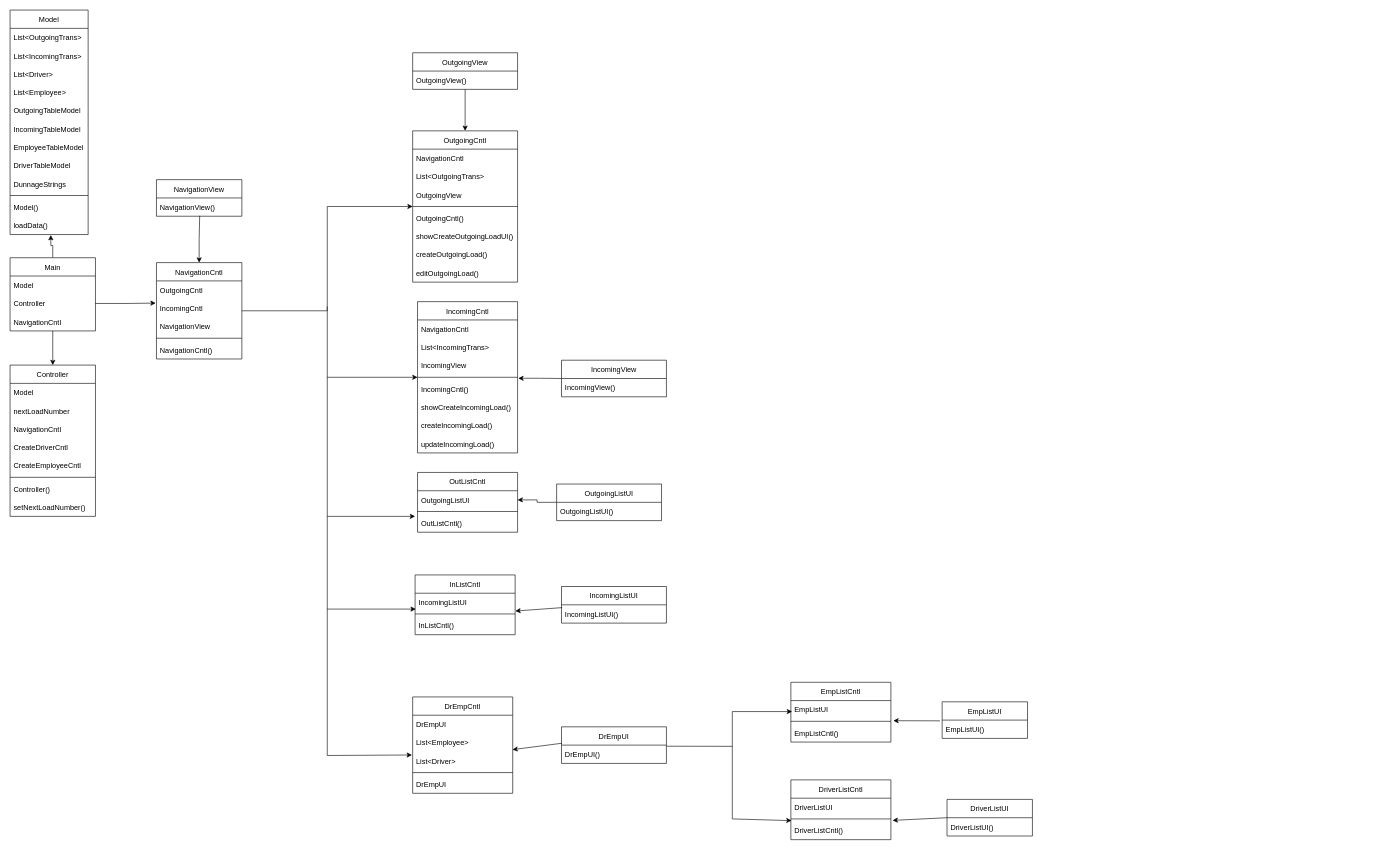
Above: LogisticsClassDiagram.drawio in zjhozella/LogisticsApplication2 (draw.io), before the change. Source tidied: cells renumbered, new cells numbered last; positions are measured from the earlier drawing's top-left corner, leaving out a move shared by most shapes. Both pictures are drawn from the tidied source at 61%, with x=0, y=0 at pixel (10, 10).
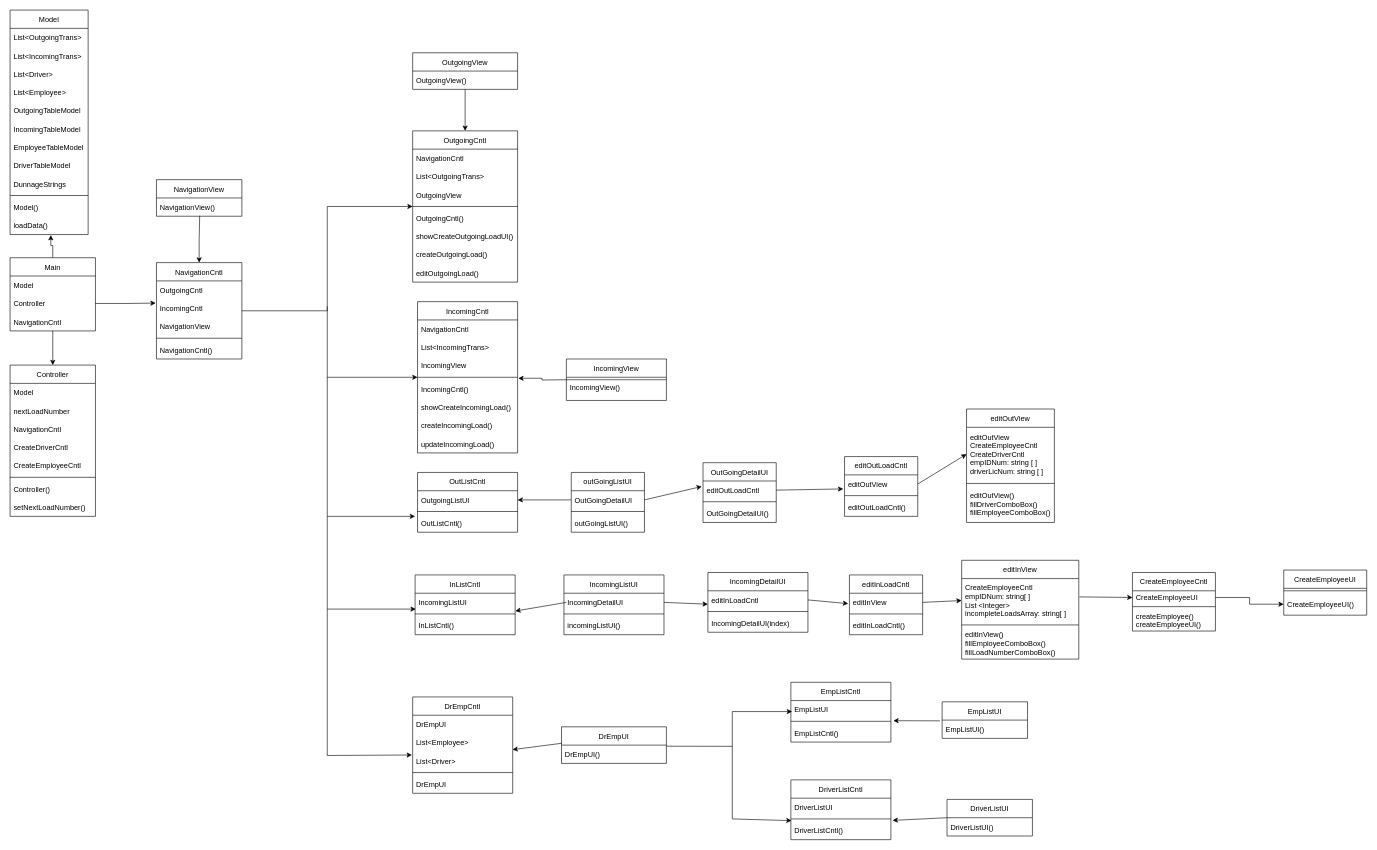
Above is the later version.

The change refers to these unchanged cells:
```xml
<mxCell id="59" value="IncomingCntl()" style="text;strokeColor=none;fillColor=none;align=left;verticalAlign=middle;spacingLeft=4;spacingRight=4;overflow=hidden;points=[[0,0.5],[1,0.5]];portConstraint=eastwest;" parent="54" vertex="1">
  <mxGeometry y="128" width="164" height="30" as="geometry" />
</mxCell>
<mxCell id="69" value="OutgoingListUI" style="text;strokeColor=none;fillColor=none;align=left;verticalAlign=middle;spacingLeft=4;spacingRight=4;overflow=hidden;points=[[0,0.5],[1,0.5]];portConstraint=eastwest;" parent="68" vertex="1">
  <mxGeometry y="30" width="164" height="30" as="geometry" />
</mxCell>
<mxCell id="76" value="IncomingListUI" style="text;strokeColor=none;fillColor=none;align=left;verticalAlign=middle;spacingLeft=4;spacingRight=4;overflow=hidden;points=[[0,0.5],[1,0.5]];portConstraint=eastwest;" parent="75" vertex="1">
  <mxGeometry y="30" width="164" height="30" as="geometry" />
</mxCell>
```

Diff of the diagram source:
```diff
@@
-    <mxCell id="64" value="IncomingView" style="swimlane;fontStyle=0;horizontal=1;startSize=30;" parent="1" vertex="1">
-      <mxGeometry x="904" y="574" width="172" height="60" as="geometry" />
-    </mxCell>
-    <mxCell id="65" value="IncomingView()" style="text;strokeColor=none;fillColor=none;align=left;verticalAlign=middle;spacingLeft=4;spacingRight=4;overflow=hidden;" parent="64" vertex="1">
-      <mxGeometry y="30" width="172" height="30" as="geometry" />
-    </mxCell>
-    <mxCell id="66" style="edgeStyle=orthogonalEdgeStyle;rounded=0;jettySize=auto;html=1;startArrow=classic;startFill=1;endArrow=none;endFill=0;exitX=1.007;exitY=-0.08;exitDx=0;exitDy=0;exitPerimeter=0;" parent="1" edge="1" source="59" target="64">
-      <mxGeometry relative="1" as="geometry" />
+    <mxCell id="66" style="edgeStyle=orthogonalEdgeStyle;rounded=0;jettySize=auto;html=1;startArrow=classic;startFill=1;endArrow=none;endFill=0;exitX=1.007;exitY=-0.08;exitDx=0;exitDy=0;exitPerimeter=0;" parent="1" edge="1" source="59">
+      <mxGeometry relative="1" as="geometry">
+        <mxPoint x="912" y="606" as="targetPoint" />
+      </mxGeometry>
     </mxCell>
@@
-    <mxCell id="72" value="OutgoingListUI" style="swimlane;fontStyle=0;horizontal=1;startSize=30;" parent="1" vertex="1">
-      <mxGeometry x="896" y="777" width="172" height="60" as="geometry" />
-    </mxCell>
-    <mxCell id="73" value="OutgoingListUI()" style="text;strokeColor=none;fillColor=none;align=left;verticalAlign=middle;spacingLeft=4;spacingRight=4;overflow=hidden;" parent="72" vertex="1">
-      <mxGeometry y="30" width="172" height="30" as="geometry" />
-    </mxCell>
-    <mxCell id="74" style="edgeStyle=orthogonalEdgeStyle;rounded=0;jettySize=auto;html=1;startArrow=classic;startFill=1;endArrow=none;endFill=0;exitX=1;exitY=0.5;exitDx=0;exitDy=0;" parent="1" edge="1" source="69" target="72">
+    <mxCell id="74" style="edgeStyle=orthogonalEdgeStyle;rounded=0;jettySize=auto;html=1;startArrow=classic;startFill=1;endArrow=none;endFill=0;exitX=1;exitY=0.5;exitDx=0;exitDy=0;entryX=0;entryY=0.5;entryDx=0;entryDy=0;" parent="1" edge="1" source="69" target="140">
       <mxGeometry relative="1" as="geometry" />
     </mxCell>
@@
-    <mxCell id="79" value="IncomingListUI" style="swimlane;fontStyle=0;horizontal=1;startSize=30;" parent="1" vertex="1">
-      <mxGeometry x="904" y="945" width="172" height="60" as="geometry" />
-    </mxCell>
-    <mxCell id="80" value="IncomingListUI()" style="text;strokeColor=none;fillColor=none;align=left;verticalAlign=middle;spacingLeft=4;spacingRight=4;overflow=hidden;points=[[0,0.5],[1,0.5]];portConstraint=eastwest;" parent="79" vertex="1">
-      <mxGeometry y="30" width="172" height="30" as="geometry" />
-    </mxCell>
@@
-    <mxCell id="91" style="endArrow=classic;html=1;rounded=0;exitX=0.007;exitY=0.153;exitDx=0;exitDy=0;exitPerimeter=0;entryX=1.002;entryY=0.973;entryDx=0;entryDy=0;entryPerimeter=0;" parent="1" edge="1" source="80" target="76">
+    <mxCell id="91" style="endArrow=classic;html=1;rounded=0;exitX=0.024;exitY=0.5;exitDx=0;exitDy=0;exitPerimeter=0;entryX=1.002;entryY=0.973;entryDx=0;entryDy=0;entryPerimeter=0;" parent="1" edge="1" source="136" target="76">
       <mxGeometry relative="1" as="geometry" />
     </mxCell>
@@
+    <mxCell id="111" style="endArrow=classic;html=1;rounded=0;exitX=1;exitY=0.5;exitDx=0;exitDy=0;entryX=0;entryY=0.733;entryDx=0;entryDy=0;entryPerimeter=0;" parent="1" edge="1" source="136" target="113">
+      <mxGeometry relative="1" as="geometry" />
+    </mxCell>
+    <mxCell id="112" value="IncomingDetailUI" style="swimlane;fontStyle=0;horizontal=1;startSize=30;" parent="1" vertex="1">
+      <mxGeometry x="1144" y="922" width="164" height="98" as="geometry" />
+    </mxCell>
+    <mxCell id="113" value="editInLoadCntl" style="text;strokeColor=none;fillColor=none;align=left;verticalAlign=middle;spacingLeft=4;spacingRight=4;overflow=hidden;points=[[0,0.5],[1,0.5]];portConstraint=eastwest;" parent="112" vertex="1">
+      <mxGeometry y="30" width="164" height="30" as="geometry" />
+    </mxCell>
+    <mxCell id="114" style="line;strokeWidth=1;fillColor=none;align=left;verticalAlign=middle;spacingTop=-1;spacingLeft=3;spacingRight=3;labelPosition=right;" parent="112" vertex="1">
+      <mxGeometry y="60" width="164" height="8" as="geometry" />
+    </mxCell>
+    <mxCell id="115" value="IncomingDetailUI(index)" style="text;strokeColor=none;fillColor=none;align=left;verticalAlign=middle;spacingLeft=4;spacingRight=4;overflow=hidden;" parent="112" vertex="1">
+      <mxGeometry y="68" width="164" height="30" as="geometry" />
+    </mxCell>
+    <mxCell id="116" style="endArrow=classic;html=1;rounded=0;exitX=1;exitY=0.5;exitDx=0;exitDy=0;entryX=0;entryY=0.5;entryDx=0;entryDy=0;" parent="1" edge="1" source="119" target="123">
+      <mxGeometry relative="1" as="geometry" />
+    </mxCell>
+    <mxCell id="117" style="endArrow=classic;html=1;rounded=0;exitX=1;exitY=0.5;exitDx=0;exitDy=0;entryX=-0.012;entryY=0.233;entryDx=0;entryDy=0;entryPerimeter=0;" parent="1" edge="1" source="113">
+      <mxGeometry relative="1" as="geometry">
+        <mxPoint x="1374" y="973.1" as="targetPoint" />
+      </mxGeometry>
+    </mxCell>
+    <mxCell id="118" value="editInLoadCntl" style="swimlane;fontStyle=0;horizontal=1;startSize=30;" parent="1" vertex="1">
+      <mxGeometry x="1376" y="926" width="120" height="98" as="geometry" />
+    </mxCell>
+    <mxCell id="119" value="editInView" style="text;strokeColor=none;fillColor=none;align=left;verticalAlign=middle;spacingLeft=4;spacingRight=4;overflow=hidden;points=[[0,0.5],[1,0.5]];portConstraint=eastwest;" parent="118" vertex="1">
+      <mxGeometry y="30" width="120" height="30" as="geometry" />
+    </mxCell>
+    <mxCell id="120" style="line;strokeWidth=1;fillColor=none;align=left;verticalAlign=middle;spacingTop=-1;spacingLeft=3;spacingRight=3;labelPosition=right;" parent="118" vertex="1">
+      <mxGeometry y="60" width="120" height="8" as="geometry" />
+    </mxCell>
+    <mxCell id="121" value="editInLoadCntl()" style="text;strokeColor=none;fillColor=none;align=left;verticalAlign=middle;spacingLeft=4;spacingRight=4;overflow=hidden;" parent="118" vertex="1">
+      <mxGeometry y="68" width="120" height="30" as="geometry" />
+    </mxCell>
+    <mxCell id="122" value="editInView" style="swimlane;fontStyle=0;horizontal=1;startSize=30;" parent="1" vertex="1">
+      <mxGeometry x="1560" y="902" width="192" height="162" as="geometry" />
+    </mxCell>
+    <mxCell id="123" value="CreateEmployeeCntl&#10;empIDNum: string[ ]&#10;List &lt;Integer&gt;&#10;incompleteLoadsArray: string[ ]" style="text;strokeColor=none;fillColor=none;align=left;verticalAlign=middle;spacingLeft=4;spacingRight=4;overflow=hidden;points=[[0,0.5],[1,0.5]];portConstraint=eastwest;" parent="122" vertex="1">
+      <mxGeometry y="30" width="192" height="72" as="geometry" />
+    </mxCell>
+    <mxCell id="124" style="line;strokeWidth=1;fillColor=none;align=left;verticalAlign=middle;spacingTop=-1;spacingLeft=3;spacingRight=3;labelPosition=right;" parent="122" vertex="1">
+      <mxGeometry y="102" width="192" height="8" as="geometry" />
+    </mxCell>
+    <mxCell id="125" value="editInView()&#10;fillEmployeeComboBox()&#10;fillLoadNumberComboBox()" style="text;strokeColor=none;fillColor=none;align=left;verticalAlign=middle;spacingLeft=4;spacingRight=4;overflow=hidden;" parent="122" vertex="1">
+      <mxGeometry y="110" width="192" height="52" as="geometry" />
+    </mxCell>
+    <mxCell id="126" value="CreateEmployeeCntl" style="swimlane;fontStyle=0;horizontal=1;startSize=30;" parent="1" vertex="1">
+      <mxGeometry x="1840" y="922" width="136" height="96" as="geometry" />
+    </mxCell>
+    <mxCell id="127" value="CreateEmployeeUI" style="text;strokeColor=none;fillColor=none;align=left;verticalAlign=middle;spacingLeft=4;spacingRight=4;overflow=hidden;points=[[0,0.5],[1,0.5]];portConstraint=eastwest;" parent="126" vertex="1">
+      <mxGeometry y="30" width="136" height="22" as="geometry" />
+    </mxCell>
+    <mxCell id="128" style="line;strokeWidth=1;fillColor=none;align=left;verticalAlign=middle;spacingTop=-1;spacingLeft=3;spacingRight=3;labelPosition=right;" parent="126" vertex="1">
+      <mxGeometry y="52" width="136" height="8" as="geometry" />
+    </mxCell>
+    <mxCell id="129" value="createEmployee()&#10;createEmployeeUI()" style="text;strokeColor=none;fillColor=none;align=left;verticalAlign=middle;spacingLeft=4;spacingRight=4;overflow=hidden;" parent="126" vertex="1">
+      <mxGeometry y="60" width="136" height="36" as="geometry" />
+    </mxCell>
+    <mxCell id="130" style="endArrow=classic;html=1;rounded=0;exitX=1.005;exitY=0.417;exitDx=0;exitDy=0;entryX=0;entryY=0.5;entryDx=0;entryDy=0;exitPerimeter=0;" parent="1" edge="1" source="123" target="127">
+      <mxGeometry relative="1" as="geometry" />
+    </mxCell>
+    <mxCell id="131" value="CreateEmployeeUI" style="swimlane;fontStyle=0;horizontal=1;startSize=30;" parent="1" vertex="1">
+      <mxGeometry x="2088" y="918" width="136" height="74" as="geometry" />
+    </mxCell>
+    <mxCell id="132" style="line;strokeWidth=1;fillColor=none;align=left;verticalAlign=middle;spacingTop=-1;spacingLeft=3;spacingRight=3;labelPosition=right;" parent="131" vertex="1">
+      <mxGeometry y="30" width="136" height="8" as="geometry" />
+    </mxCell>
+    <mxCell id="133" value="CreateEmployeeUI()" style="text;strokeColor=none;fillColor=none;align=left;verticalAlign=middle;spacingLeft=4;spacingRight=4;overflow=hidden;points=[[0,0.5],[1,0.5]];portConstraint=eastwest;" parent="131" vertex="1">
+      <mxGeometry y="38" width="136" height="36" as="geometry" />
+    </mxCell>
+    <mxCell id="134" style="edgeStyle=orthogonalEdgeStyle;rounded=0;jettySize=auto;html=1;exitX=1;exitY=0.5;exitDx=0;exitDy=0;" parent="1" edge="1" source="127" target="133">
+      <mxGeometry relative="1" as="geometry" />
+    </mxCell>
+    <mxCell id="64" value="IncomingView" style="swimlane;fontStyle=0;horizontal=1;startSize=30;" parent="1" vertex="1">
+      <mxGeometry x="912" y="572" width="164" height="68" as="geometry" />
+    </mxCell>
+    <mxCell id="135" style="line;strokeWidth=1;fillColor=none;align=left;verticalAlign=middle;spacingTop=-1;spacingLeft=3;spacingRight=3;labelPosition=right;" parent="64" vertex="1">
+      <mxGeometry y="30" width="164" height="8" as="geometry" />
+    </mxCell>
+    <mxCell id="65" value="IncomingView()&#10;" style="text;strokeColor=none;fillColor=none;align=left;verticalAlign=middle;spacingLeft=4;spacingRight=4;overflow=hidden;" parent="64" vertex="1">
+      <mxGeometry y="38" width="164" height="30" as="geometry" />
+    </mxCell>
+    <mxCell id="79" value="IncomingListUI" style="swimlane;fontStyle=0;horizontal=1;startSize=30;" parent="1" vertex="1">
+      <mxGeometry x="908" y="926" width="164" height="98" as="geometry" />
+    </mxCell>
+    <mxCell id="136" value="IncomingDetailUI" style="text;strokeColor=none;fillColor=none;align=left;verticalAlign=middle;spacingLeft=4;spacingRight=4;overflow=hidden;points=[[0,0.5],[1,0.5]];portConstraint=eastwest;" parent="79" vertex="1">
+      <mxGeometry y="30" width="164" height="30" as="geometry" />
+    </mxCell>
+    <mxCell id="137" style="line;strokeWidth=1;fillColor=none;align=left;verticalAlign=middle;spacingTop=-1;spacingLeft=3;spacingRight=3;labelPosition=right;" parent="79" vertex="1">
+      <mxGeometry y="60" width="164" height="8" as="geometry" />
+    </mxCell>
+    <mxCell id="138" value="incomingListUI()" style="text;strokeColor=none;fillColor=none;align=left;verticalAlign=middle;spacingLeft=4;spacingRight=4;overflow=hidden;" parent="79" vertex="1">
+      <mxGeometry y="68" width="164" height="30" as="geometry" />
+    </mxCell>
+    <mxCell id="139" value="outGoingListUI" style="swimlane;fontStyle=0;horizontal=1;startSize=30;" parent="1" vertex="1">
+      <mxGeometry x="920" y="758" width="120" height="98" as="geometry" />
+    </mxCell>
+    <mxCell id="140" value="OutGoingDetailUI" style="text;strokeColor=none;fillColor=none;align=left;verticalAlign=middle;spacingLeft=4;spacingRight=4;overflow=hidden;points=[[0,0.5],[1,0.5]];portConstraint=eastwest;" parent="139" vertex="1">
+      <mxGeometry y="30" width="120" height="30" as="geometry" />
+    </mxCell>
+    <mxCell id="141" style="line;strokeWidth=1;fillColor=none;align=left;verticalAlign=middle;spacingTop=-1;spacingLeft=3;spacingRight=3;labelPosition=right;" parent="139" vertex="1">
+      <mxGeometry y="60" width="120" height="8" as="geometry" />
+    </mxCell>
+    <mxCell id="142" value="outGoingListUI()" style="text;strokeColor=none;fillColor=none;align=left;verticalAlign=middle;spacingLeft=4;spacingRight=4;overflow=hidden;" parent="139" vertex="1">
+      <mxGeometry y="68" width="120" height="30" as="geometry" />
+    </mxCell>
+    <mxCell id="143" value="OutGoingDetailUI" style="swimlane;fontStyle=0;horizontal=1;startSize=30;" parent="1" vertex="1">
+      <mxGeometry x="1136" y="742" width="120" height="98" as="geometry" />
+    </mxCell>
+    <mxCell id="144" value="editOutLoadCntl" style="text;strokeColor=none;fillColor=none;align=left;verticalAlign=middle;spacingLeft=4;spacingRight=4;overflow=hidden;points=[[0,0.5],[1,0.5]];portConstraint=eastwest;" parent="143" vertex="1">
+      <mxGeometry y="30" width="120" height="30" as="geometry" />
+    </mxCell>
+    <mxCell id="145" style="line;strokeWidth=1;fillColor=none;align=left;verticalAlign=middle;spacingTop=-1;spacingLeft=3;spacingRight=3;labelPosition=right;" parent="143" vertex="1">
+      <mxGeometry y="60" width="120" height="8" as="geometry" />
+    </mxCell>
+    <mxCell id="146" value="OutGoingDetailUI()" style="text;strokeColor=none;fillColor=none;align=left;verticalAlign=middle;spacingLeft=4;spacingRight=4;overflow=hidden;" parent="143" vertex="1">
+      <mxGeometry y="68" width="120" height="30" as="geometry" />
+    </mxCell>
+    <mxCell id="147" style="endArrow=classic;html=1;rounded=0;exitX=1;exitY=0.5;exitDx=0;exitDy=0;entryX=-0.017;entryY=0.3;entryDx=0;entryDy=0;entryPerimeter=0;" parent="1" edge="1" source="140" target="144">
+      <mxGeometry relative="1" as="geometry" />
+    </mxCell>
+    <mxCell id="148" value="editOutLoadCntl" style="swimlane;fontStyle=0;horizontal=1;startSize=30;" parent="1" vertex="1">
+      <mxGeometry x="1368" y="732" width="120" height="98" as="geometry" />
+    </mxCell>
+    <mxCell id="149" value="editOutView" style="text;strokeColor=none;fillColor=none;align=left;verticalAlign=middle;spacingLeft=4;spacingRight=4;overflow=hidden;points=[[0,0.5],[1,0.5]];portConstraint=eastwest;" parent="148" vertex="1">
+      <mxGeometry y="30" width="120" height="30" as="geometry" />
+    </mxCell>
+    <mxCell id="150" style="line;strokeWidth=1;fillColor=none;align=left;verticalAlign=middle;spacingTop=-1;spacingLeft=3;spacingRight=3;labelPosition=right;" parent="148" vertex="1">
+      <mxGeometry y="60" width="120" height="8" as="geometry" />
+    </mxCell>
+    <mxCell id="151" value="editOutLoadCntl()" style="text;strokeColor=none;fillColor=none;align=left;verticalAlign=middle;spacingLeft=4;spacingRight=4;overflow=hidden;" parent="148" vertex="1">
+      <mxGeometry y="68" width="120" height="30" as="geometry" />
+    </mxCell>
+    <mxCell id="152" style="endArrow=classic;html=1;rounded=0;exitX=1;exitY=0.5;exitDx=0;exitDy=0;entryX=-0.017;entryY=0.767;entryDx=0;entryDy=0;entryPerimeter=0;" parent="1" edge="1" source="144" target="149">
+      <mxGeometry relative="1" as="geometry" />
+    </mxCell>
+    <mxCell id="153" value="editOutView" style="swimlane;fontStyle=0;horizontal=1;startSize=30;" parent="1" vertex="1">
+      <mxGeometry x="1568" y="654" width="144" height="186" as="geometry" />
+    </mxCell>
+    <mxCell id="154" value="editOutView&#10;CreateEmployeeCntl&#10;CreateDriverCntl&#10;empIDNum: string [ ]&#10;driverLicNum: string [ ]" style="text;strokeColor=none;fillColor=none;align=left;verticalAlign=middle;spacingLeft=4;spacingRight=4;overflow=hidden;points=[[0,0.5],[1,0.5]];portConstraint=eastwest;" parent="153" vertex="1">
+      <mxGeometry y="30" width="144" height="88" as="geometry" />
+    </mxCell>
+    <mxCell id="155" style="line;strokeWidth=1;fillColor=none;align=left;verticalAlign=middle;spacingTop=-1;spacingLeft=3;spacingRight=3;labelPosition=right;" parent="153" vertex="1">
+      <mxGeometry y="118" width="144" height="8" as="geometry" />
+    </mxCell>
+    <mxCell id="156" value="editOutView()&#10;fillDriverComboBox()&#10;fillEmployeeComboBox()" style="text;strokeColor=none;fillColor=none;align=left;verticalAlign=middle;spacingLeft=4;spacingRight=4;overflow=hidden;" parent="153" vertex="1">
+      <mxGeometry y="126" width="144" height="60" as="geometry" />
+    </mxCell>
+    <mxCell id="157" style="endArrow=classic;html=1;rounded=0;exitX=1;exitY=0.5;exitDx=0;exitDy=0;entryX=0;entryY=0.5;entryDx=0;entryDy=0;" parent="1" edge="1" source="149" target="154">
+      <mxGeometry relative="1" as="geometry" />
+    </mxCell>
```
